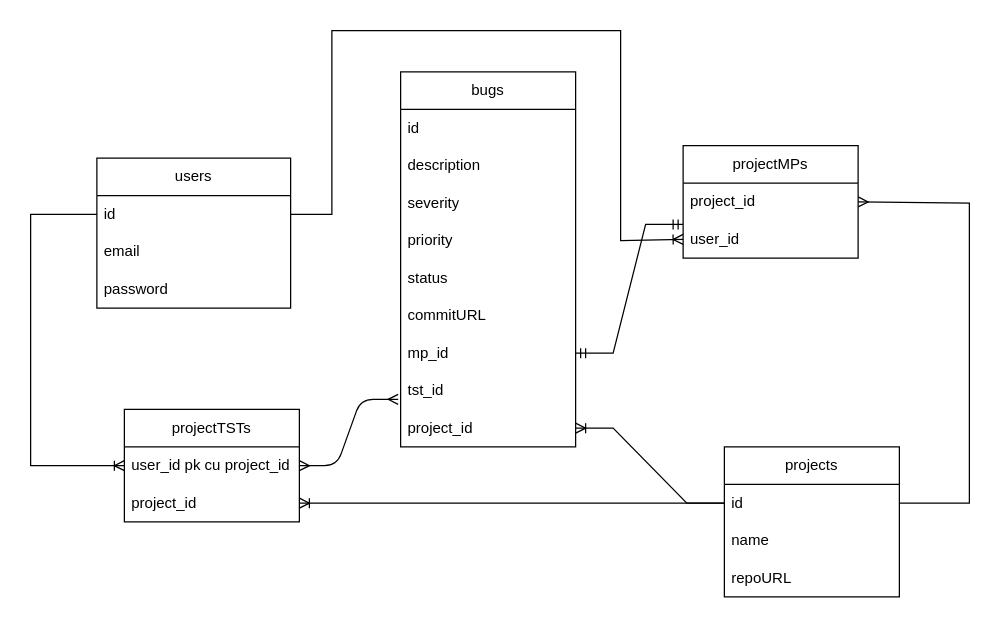
biancapicleanu/Proiect-Web-Tech keeps this draw.io diagram as be/dbDiagram.drawio. Above is the earlier version. Source tidied: cells renumbered, new cells numbered last; positions are measured from the earlier drawing's top-left corner, leaving out a move shared by most shapes. Both pictures are drawn from the tidied source at 125%, with x=0, y=0 at pixel (30, 30).
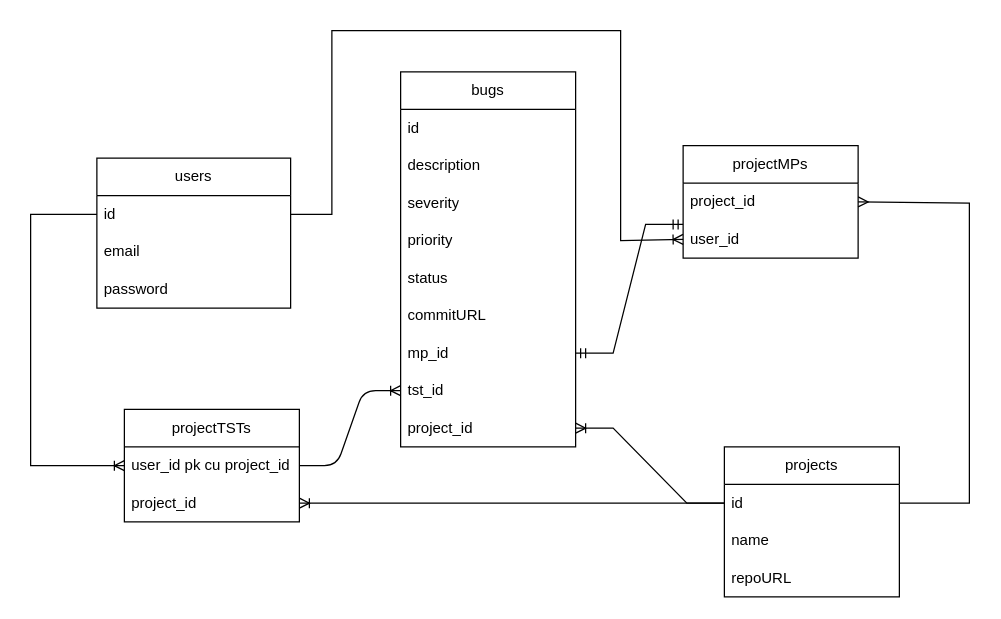
The same page after the edit.

The change refers to these unchanged cells:
```xml
<mxCell id="21" value="tst_id" style="text;strokeColor=none;fillColor=none;align=left;verticalAlign=middle;spacingLeft=4;spacingRight=4;overflow=hidden;points=[[0,0.5],[1,0.5]];portConstraint=eastwest;whiteSpace=wrap;html=1;" parent="13" vertex="1">
  <mxGeometry y="240" width="140" height="30" as="geometry" />
</mxCell>
<mxCell id="24" value="user_id pk cu project_id" style="text;strokeColor=none;fillColor=none;align=left;verticalAlign=middle;spacingLeft=4;spacingRight=4;overflow=hidden;points=[[0,0.5],[1,0.5]];portConstraint=eastwest;whiteSpace=wrap;html=1;" parent="23" vertex="1">
  <mxGeometry y="30" width="140" height="30" as="geometry" />
</mxCell>
```

What changed in the source:
```diff
@@
-    <mxCell id="32" style="edgeStyle=entityRelationEdgeStyle;fontSize=12;html=1;endArrow=ERmany;startArrow=ERmany;entryX=-0.014;entryY=0.733;entryDx=0;entryDy=0;entryPerimeter=0;exitX=1;exitY=0.5;exitDx=0;exitDy=0;" parent="1" edge="1" source="24" target="21">
+    <mxCell id="32" style="edgeStyle=entityRelationEdgeStyle;fontSize=12;html=1;endArrow=ERoneToMany;exitX=1;exitY=0.5;exitDx=0;exitDy=0;entryX=0;entryY=0.5;entryDx=0;entryDy=0;" parent="1" edge="1" source="24" target="21">
       <mxGeometry relative="1" as="geometry" />
     </mxCell>
```
